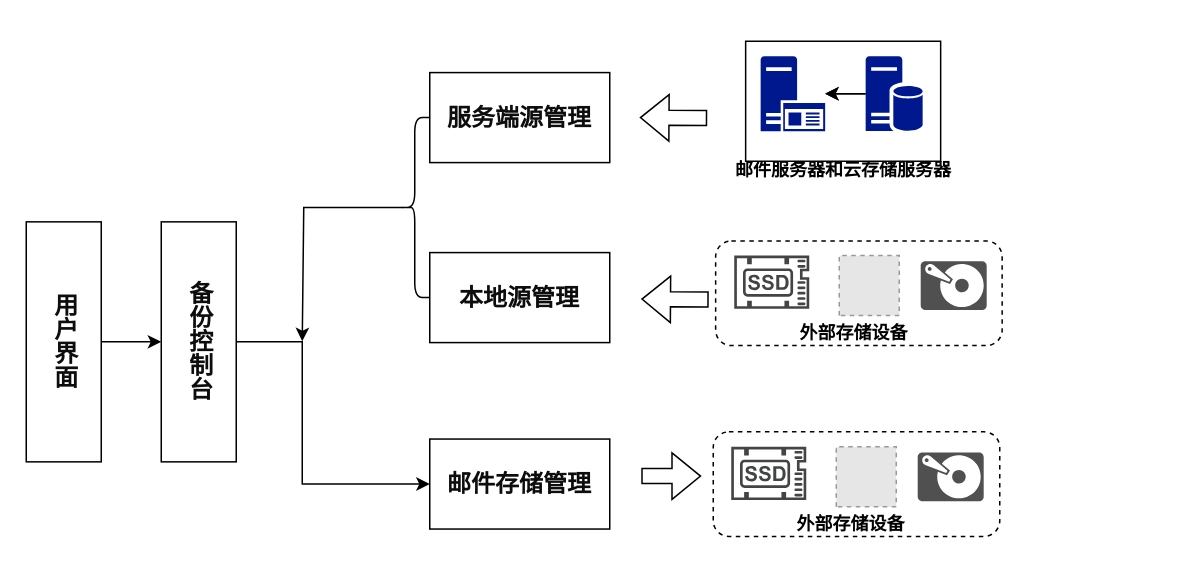
This is page "第 4 页" (4 of 5) of 第三章关键问题.drawio from GreenTee-color/Documents, a draw.io file, before an edit. Source tidied: cells renumbered, new cells numbered last; positions are measured from the earlier drawing's top-left corner, leaving out a move shared by most shapes. Both pictures are drawn from the tidied source at 150%, with x=0, y=0 at pixel (26, 26). Pictures stored in the file or linked from it are replaced by grey dashed boxes.
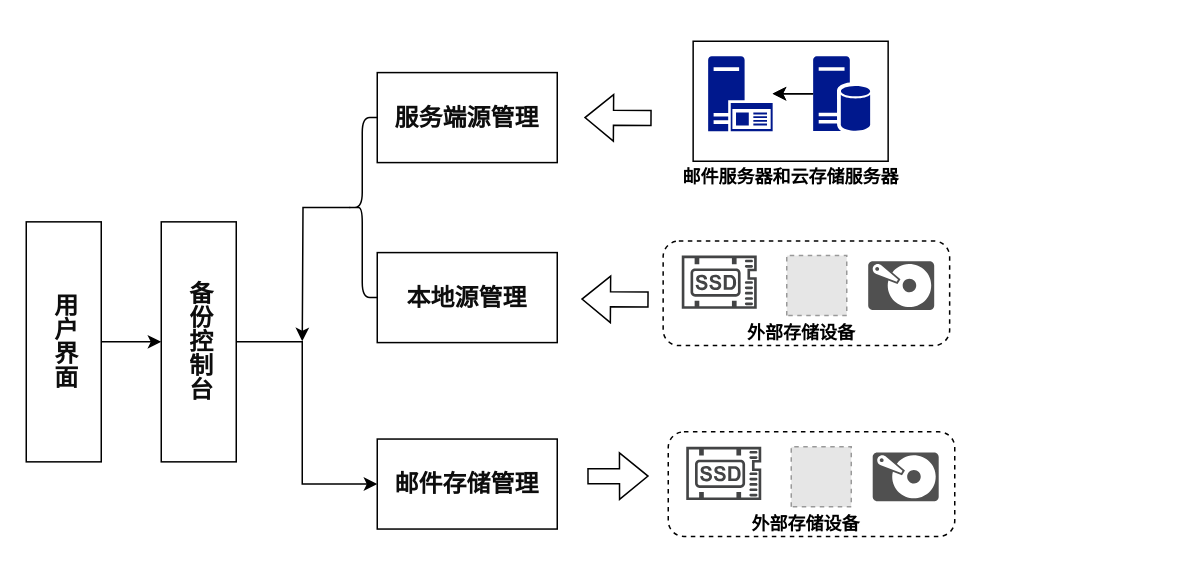
The same diagram, later.

Commit message (it also covers changes not shown here):
更新第三章关键问题.drawio

Unchanged cells that the change refers to:
```xml
<mxCell id="2" style="group;" parent="1" vertex="1">
  <mxGeometry width="761.6" height="342.4" as="geometry" />
</mxCell>
```

What changed in the source:
```diff
@@
     <mxCell id="3" style="rounded=1;whiteSpace=wrap;html=1;dashed=1;" parent="2" vertex="1">
-      <mxGeometry x="459.6" y="143.2" width="191" height="69.7" as="geometry" />
+      <mxGeometry x="424.6" y="143.2" width="191" height="69.7" as="geometry" />
     </mxCell>
     <mxCell id="4" style="rounded=1;whiteSpace=wrap;html=1;dashed=1;" parent="2" vertex="1">
-      <mxGeometry x="458" y="270.4" width="191" height="69.7" as="geometry" />
+      <mxGeometry x="428" y="270.4" width="191" height="69.7" as="geometry" />
     </mxCell>
@@
     <mxCell id="9" value="&lt;span style=&quot;border: 0px solid rgb(227, 227, 227); box-sizing: border-box; --tw-border-spacing-x: 0; --tw-border-spacing-y: 0; --tw-translate-x: 0; --tw-translate-y: 0; --tw-rotate: 0; --tw-skew-x: 0; --tw-skew-y: 0; --tw-scale-x: 1; --tw-scale-y: 1; --tw-pan-x: ; --tw-pan-y: ; --tw-pinch-zoom: ; --tw-scroll-snap-strictness: proximity; --tw-gradient-from-position: ; --tw-gradient-via-position: ; --tw-gradient-to-position: ; --tw-ordinal: ; --tw-slashed-zero: ; --tw-numeric-figure: ; --tw-numeric-spacing: ; --tw-numeric-fraction: ; --tw-ring-inset: ; --tw-ring-offset-width: 0px; --tw-ring-offset-color: #fff; --tw-ring-color: rgba(69,89,164,.5); --tw-ring-offset-shadow: 0 0 transparent; --tw-ring-shadow: 0 0 transparent; --tw-shadow: 0 0 transparent; --tw-shadow-colored: 0 0 transparent; --tw-blur: ; --tw-brightness: ; --tw-contrast: ; --tw-grayscale: ; --tw-hue-rotate: ; --tw-invert: ; --tw-saturate: ; --tw-sepia: ; --tw-drop-shadow: ; --tw-backdrop-blur: ; --tw-backdrop-brightness: ; --tw-backdrop-contrast: ; --tw-backdrop-grayscale: ; --tw-backdrop-hue-rotate: ; --tw-backdrop-invert: ; --tw-backdrop-opacity: ; --tw-backdrop-saturate: ; --tw-backdrop-sepia: ; font-weight: 600; color: rgb(13, 13, 13); font-family: Söhne, ui-sans-serif, system-ui, -apple-system, &amp;quot;Segoe UI&amp;quot;, Roboto, Ubuntu, Cantarell, &amp;quot;Noto Sans&amp;quot;, sans-serif, &amp;quot;Helvetica Neue&amp;quot;, Arial, &amp;quot;Apple Color Emoji&amp;quot;, &amp;quot;Segoe UI Emoji&amp;quot;, &amp;quot;Segoe UI Symbol&amp;quot;, &amp;quot;Noto Color Emoji&amp;quot;; font-size: 16px; text-align: left; white-space-collapse: preserve; background-color: rgb(255, 255, 255);&quot;&gt;邮件存储管理&lt;/span&gt;" style="rounded=0;whiteSpace=wrap;html=1;" parent="2" vertex="1">
-      <mxGeometry x="269" y="275.2" width="120" height="60" as="geometry" />
+      <mxGeometry x="234" y="275.2" width="120" height="60" as="geometry" />
     </mxCell>
     <mxCell id="10" style="shape=flexArrow;endArrow=classic;html=1;rounded=0;" parent="2" edge="1">
       <mxGeometry relative="1" as="geometry">
-        <mxPoint x="454" y="61.2" as="sourcePoint" />
-        <mxPoint x="409" y="60.9" as="targetPoint" />
+        <mxPoint x="417" y="61.2" as="sourcePoint" />
+        <mxPoint x="372" y="60.9" as="targetPoint" />
       </mxGeometry>
     </mxCell>
     <mxCell id="11" style="shape=flexArrow;endArrow=classic;html=1;rounded=0;" parent="2" edge="1">
       <mxGeometry relative="1" as="geometry">
-        <mxPoint x="410" y="299.9" as="sourcePoint" />
-        <mxPoint x="450" y="299.9" as="targetPoint" />
+        <mxPoint x="374" y="300" as="sourcePoint" />
+        <mxPoint x="415" y="299.9" as="targetPoint" />
       </mxGeometry>
     </mxCell>
-    <mxCell id="12" style="edgeStyle=orthogonalEdgeStyle;rounded=0;jettySize=auto;html=1;exitX=0.1;exitY=0.5;exitDx=0;exitDy=0;exitPerimeter=0;" parent="2" edge="1" source="28">
-      <mxGeometry relative="1" as="geometry">
-        <mxPoint x="184" y="210" as="targetPoint" />
-        <Array as="points">
-          <mxPoint x="251" y="120" />
-          <mxPoint x="185" y="120" />
-        </Array>
-      </mxGeometry>
-    </mxCell>
     <mxCell id="13" style="shape=flexArrow;endArrow=classic;html=1;rounded=0;" parent="2" edge="1">
       <mxGeometry relative="1" as="geometry">
-        <mxPoint x="455" y="182.2" as="sourcePoint" />
-        <mxPoint x="410" y="181.9" as="targetPoint" />
+        <mxPoint x="415" y="182.2" as="sourcePoint" />
+        <mxPoint x="370" y="181.9" as="targetPoint" />
       </mxGeometry>
     </mxCell>
     <mxCell id="14" value="邮件服务器和云存储服务器" style="text;html=1;align=center;verticalAlign=middle;whiteSpace=wrap;rounded=0;fontStyle=1;" parent="2" vertex="1">
-      <mxGeometry x="464.6" y="80.5" width="160" height="30" as="geometry" />
+      <mxGeometry x="429.6" y="85.5" width="160" height="30" as="geometry" />
     </mxCell>
     <mxCell id="15" style="rounded=0;whiteSpace=wrap;html=1;" parent="2" vertex="1">
-      <mxGeometry x="479.6" y="10" width="130" height="80" as="geometry" />
+      <mxGeometry x="444.6" y="10" width="130" height="80" as="geometry" />
     </mxCell>
     <mxCell id="16" style="sketch=0;shadow=0;dashed=0;html=1;strokeColor=none;labelPosition=center;verticalLabelPosition=bottom;verticalAlign=top;align=center;fillColor=#00188D;shape=mxgraph.mscae.enterprise.application_server2;" parent="2" vertex="1">
-      <mxGeometry x="489.6" y="20" width="43" height="50" as="geometry" />
+      <mxGeometry x="454.6" y="20" width="43" height="50" as="geometry" />
     </mxCell>
@@
     <mxCell id="18" style="sketch=0;shadow=0;dashed=0;html=1;strokeColor=none;labelPosition=center;verticalLabelPosition=bottom;verticalAlign=top;align=center;fillColor=#00188D;shape=mxgraph.mscae.enterprise.database_server;" parent="2" vertex="1">
-      <mxGeometry x="559.6" y="20" width="38" height="50" as="geometry" />
+      <mxGeometry x="524.6" y="20" width="38" height="50" as="geometry" />
     </mxCell>
@@
     <mxCell id="20" style="sketch=0;shadow=0;dashed=0;html=1;strokeColor=none;fillColor=#505050;labelPosition=center;verticalLabelPosition=bottom;verticalAlign=top;align=center;shape=mxgraph.office.devices.hard_disk;rotation=90;" parent="2" vertex="1">
-      <mxGeometry x="600" y="278.4" width="32.6" height="44" as="geometry" />
+      <mxGeometry x="570" y="278.4" width="32.6" height="44" as="geometry" />
     </mxCell>
     <mxCell id="21" style="sketch=0;shadow=0;dashed=0;html=1;strokeColor=none;fillColor=#434445;labelPosition=center;verticalLabelPosition=bottom;verticalAlign=top;align=center;shape=mxgraph.vvd.ssd;" parent="2" vertex="1">
-      <mxGeometry x="470" y="280.4" width="50" height="35.5" as="geometry" />
+      <mxGeometry x="440" y="280.4" width="50" height="35.5" as="geometry" />
     </mxCell>
     <mxCell id="22" style="fillColor=#E6E6E6;strokeColor=#999999;dashed=1;html=1;verticalAlign=top;verticalLabelPosition=bottom;labelBackgroundColor=#ffffff;rotation=-90;" parent="2" vertex="1">
-      <mxGeometry x="540" y="280.4" width="40" height="40" as="geometry" />
+      <mxGeometry x="510" y="280.4" width="40" height="40" as="geometry" />
     </mxCell>
     <mxCell id="23" value="&lt;span style=&quot;text-align: left;&quot;&gt;外部存储设备&lt;/span&gt;" style="text;html=1;align=center;verticalAlign=middle;whiteSpace=wrap;rounded=0;fontStyle=1;" parent="2" vertex="1">
-      <mxGeometry x="480" y="322.4" width="140" height="20" as="geometry" />
+      <mxGeometry x="450" y="322.4" width="140" height="20" as="geometry" />
     </mxCell>
     <mxCell id="24" style="sketch=0;shadow=0;dashed=0;html=1;strokeColor=none;fillColor=#505050;labelPosition=center;verticalLabelPosition=bottom;verticalAlign=top;align=center;shape=mxgraph.office.devices.hard_disk;rotation=90;" parent="2" vertex="1">
-      <mxGeometry x="602" y="150.9" width="32.6" height="44" as="geometry" />
+      <mxGeometry x="567" y="150.9" width="32.6" height="44" as="geometry" />
     </mxCell>
     <mxCell id="25" style="sketch=0;shadow=0;dashed=0;html=1;strokeColor=none;fillColor=#434445;labelPosition=center;verticalLabelPosition=bottom;verticalAlign=top;align=center;shape=mxgraph.vvd.ssd;" parent="2" vertex="1">
-      <mxGeometry x="472" y="152.9" width="50" height="35.5" as="geometry" />
+      <mxGeometry x="437" y="152.9" width="50" height="35.5" as="geometry" />
     </mxCell>
     <mxCell id="26" style="fillColor=#E6E6E6;strokeColor=#999999;dashed=1;html=1;verticalAlign=top;verticalLabelPosition=bottom;labelBackgroundColor=#ffffff;rotation=-90;" parent="2" vertex="1">
-      <mxGeometry x="542" y="152.9" width="40" height="40" as="geometry" />
+      <mxGeometry x="507" y="152.9" width="40" height="40" as="geometry" />
     </mxCell>
     <mxCell id="27" value="&lt;span style=&quot;text-align: left;&quot;&gt;外部存储设备&lt;/span&gt;" style="text;html=1;align=center;verticalAlign=middle;whiteSpace=wrap;rounded=0;fontStyle=1;" parent="2" vertex="1">
-      <mxGeometry x="482" y="194.9" width="140" height="20" as="geometry" />
+      <mxGeometry x="447" y="194.9" width="140" height="20" as="geometry" />
     </mxCell>
+    <mxCell id="31" style="edgeStyle=orthogonalEdgeStyle;rounded=0;jettySize=auto;html=1;exitX=0.1;exitY=0.5;exitDx=0;exitDy=0;exitPerimeter=0;" parent="2" edge="1" source="28">
+      <mxGeometry relative="1" as="geometry">
+        <mxPoint x="184" y="210" as="targetPoint" />
+      </mxGeometry>
+    </mxCell>
     <mxCell id="28" style="shape=curlyBracket;whiteSpace=wrap;html=1;rounded=1;labelPosition=left;verticalLabelPosition=middle;align=right;verticalAlign=middle;" parent="2" vertex="1">
-      <mxGeometry x="249" y="60.9" width="20" height="120" as="geometry" />
+      <mxGeometry x="214" y="60.9" width="20" height="120" as="geometry" />
     </mxCell>
     <mxCell id="29" value="&lt;font face=&quot;Söhne, ui-sans-serif, system-ui, -apple-system, Segoe UI, Roboto, Ubuntu, Cantarell, Noto Sans, sans-serif, Helvetica Neue, Arial, Apple Color Emoji, Segoe UI Emoji, Segoe UI Symbol, Noto Color Emoji&quot; color=&quot;#0d0d0d&quot;&gt;&lt;span style=&quot;font-size: 16px; white-space-collapse: preserve; background-color: rgb(255, 255, 255);&quot;&gt;&lt;b&gt;服务端源管理&lt;/b&gt;&lt;/span&gt;&lt;/font&gt;" style="rounded=0;whiteSpace=wrap;html=1;" parent="2" vertex="1">
-      <mxGeometry x="269" y="30.9" width="120" height="60" as="geometry" />
+      <mxGeometry x="234" y="30.9" width="120" height="60" as="geometry" />
     </mxCell>
     <mxCell id="30" value="&lt;div style=&quot;text-align: left;&quot;&gt;&lt;font face=&quot;Söhne, ui-sans-serif, system-ui, -apple-system, Segoe UI, Roboto, Ubuntu, Cantarell, Noto Sans, sans-serif, Helvetica Neue, Arial, Apple Color Emoji, Segoe UI Emoji, Segoe UI Symbol, Noto Color Emoji&quot; color=&quot;#0d0d0d&quot;&gt;&lt;span style=&quot;font-size: 16px; white-space-collapse: preserve; background-color: rgb(255, 255, 255);&quot;&gt;&lt;b&gt;本地源管理&lt;/b&gt;&lt;/span&gt;&lt;/font&gt;&lt;/div&gt;" style="rounded=0;whiteSpace=wrap;html=1;" parent="2" vertex="1">
-      <mxGeometry x="269" y="150.9" width="120" height="60" as="geometry" />
+      <mxGeometry x="234" y="150.9" width="120" height="60" as="geometry" />
     </mxCell>
```
